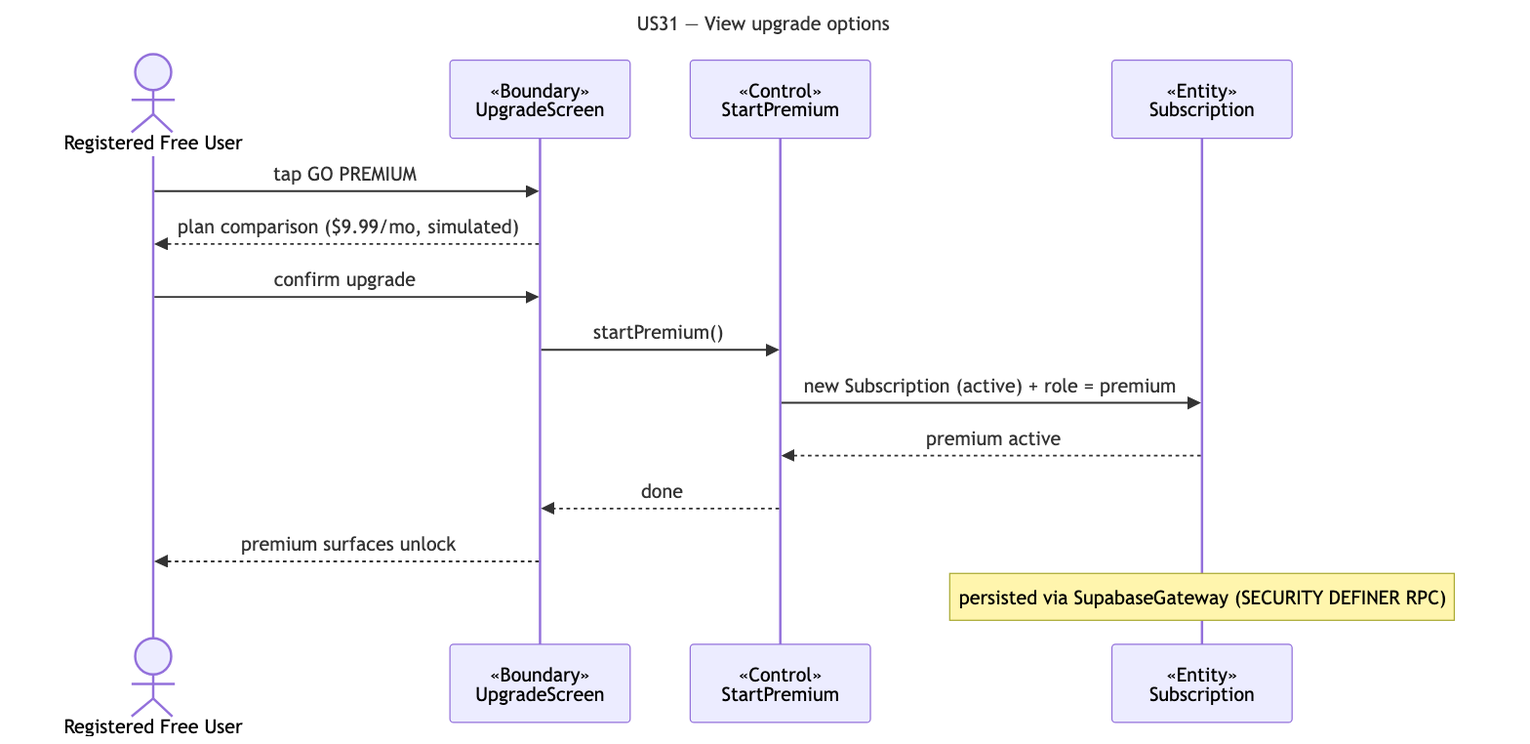
Before: docs/deliverables/sequence-diagrams/US31-upgrade-options.png, a diagram exported from Mermaid (cyuanjun/FYP-26-S2-37-app). Its source is kept beside it as docs/deliverables/sequence-diagrams/src/US31-upgrade-options.mmd.
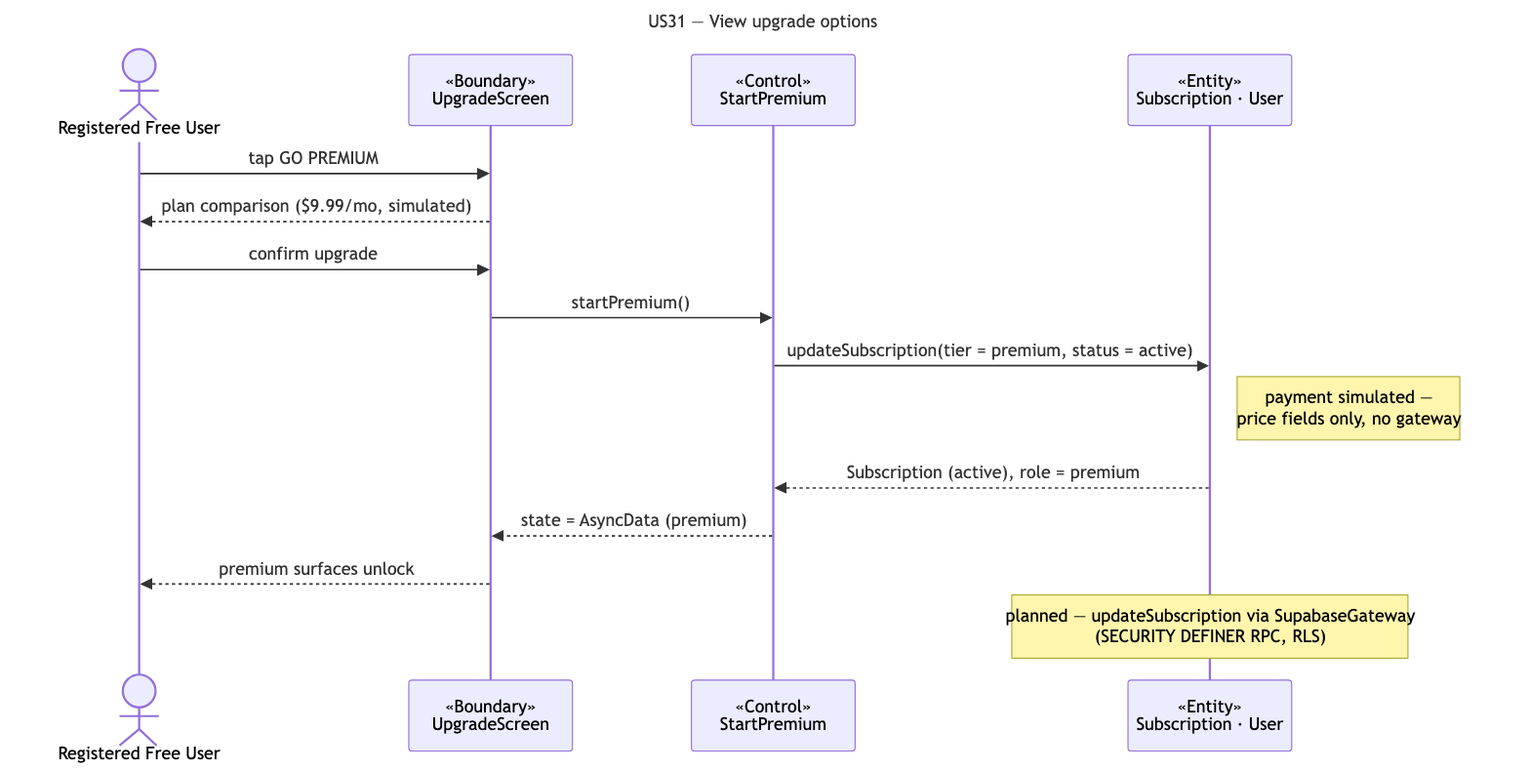
The same diagram one commit later.

The edit, as a diff of the source:
```diff
@@ -5,13 +5,14 @@
   actor A as Registered Free User
   participant B as «Boundary»<br/>UpgradeScreen
   participant C as «Control»<br/>StartPremium
-  participant E as «Entity»<br/>Subscription
+  participant E as «Entity»<br/>Subscription · User
   A->>B: tap GO PREMIUM
   B-->>A: plan comparison ($9.99/mo, simulated)
   A->>B: confirm upgrade
   B->>C: startPremium()
-  C->>E: new Subscription (active) + role = premium
-  E-->>C: premium active
-  C-->>B: done
+  C->>E: updateSubscription(tier = premium, status = active)
+  note right of E: payment simulated —<br/>price fields only, no gateway
+  E-->>C: Subscription (active), role = premium
+  C-->>B: state = AsyncData (premium)
   B-->>A: premium surfaces unlock
-  note over E: persisted via SupabaseGateway (SECURITY DEFINER RPC)
+  note over E: planned — updateSubscription via SupabaseGateway<br/>(SECURITY DEFINER RPC, RLS)
```
